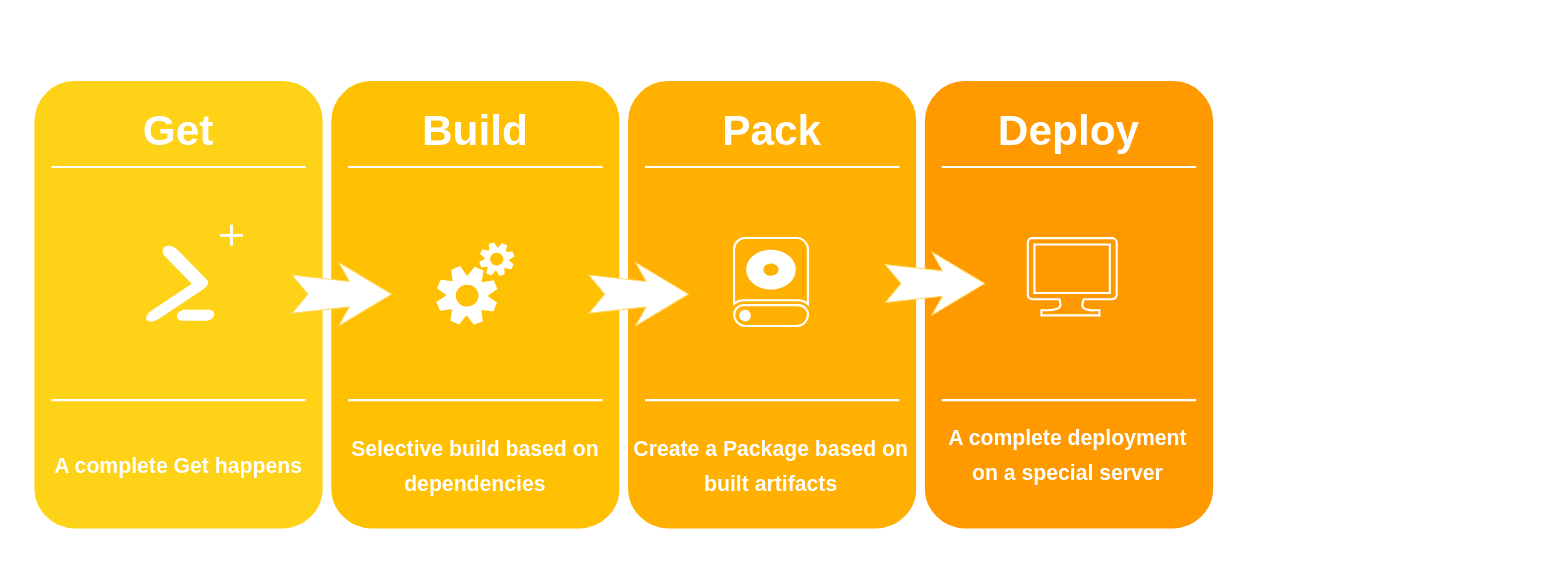
This is CD.drawio from Mostafa-Armandi/Diagrams, a draw.io file, before an edit. Source tidied: cells renumbered, new cells numbered last; positions are measured from the earlier drawing's top-left corner, leaving out a move shared by most shapes. Both pictures are drawn from the tidied source at 106%, with x=0, y=0 at pixel (30, 76).
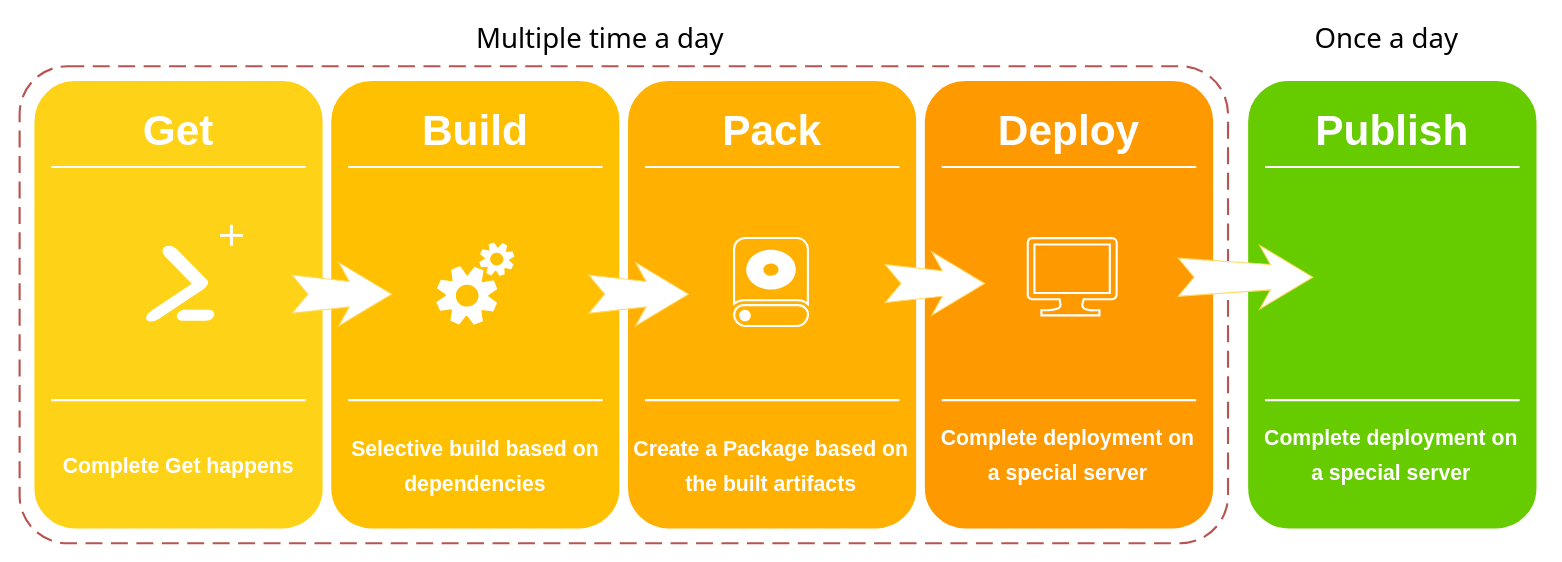
The same diagram, later.

Diff of the diagram source:
```diff
@@
+    <mxCell id="29" style="rounded=1;arcSize=10;dashed=1;strokeColor=#b85450;fillColor=none;dashPattern=8 4;strokeWidth=2;fontFamily=Tahoma;fontSize=999;" parent="1" vertex="1">
+      <mxGeometry x="-10" y="-10" width="1140" height="450" as="geometry" />
+    </mxCell>
@@
-    <mxCell id="22" value="&lt;span style=&quot;font-size: 20px&quot;&gt;A complete&amp;nbsp;Get happens&lt;/span&gt;" style="text;html=1;strokeColor=none;fillColor=none;align=center;verticalAlign=middle;whiteSpace=wrap;rounded=0;shadow=0;fontSize=27;fontColor=#FFFFFF;fontStyle=1;" parent="1" vertex="1">
+    <mxCell id="22" value="&lt;span style=&quot;font-size: 20px&quot;&gt;Complete&amp;nbsp;Get happens&lt;/span&gt;" style="text;html=1;strokeColor=none;fillColor=none;align=center;verticalAlign=middle;whiteSpace=wrap;rounded=0;shadow=0;fontSize=27;fontColor=#FFFFFF;fontStyle=1;" parent="1" vertex="1">
       <mxGeometry y="335" width="280" height="60" as="geometry" />
     </mxCell>
@@
-    <mxCell id="24" value="&lt;span style=&quot;font-size: 20px&quot;&gt;Create a Package based on built artifacts&lt;/span&gt;" style="text;html=1;strokeColor=none;fillColor=none;align=center;verticalAlign=middle;whiteSpace=wrap;rounded=0;shadow=0;fontSize=27;fontColor=#FFFFFF;fontStyle=1;" parent="1" vertex="1">
+    <mxCell id="24" value="&lt;span style=&quot;font-size: 20px&quot;&gt;Create a Package based on the built artifacts&lt;/span&gt;" style="text;html=1;strokeColor=none;fillColor=none;align=center;verticalAlign=middle;whiteSpace=wrap;rounded=0;shadow=0;fontSize=27;fontColor=#FFFFFF;fontStyle=1;" parent="1" vertex="1">
       <mxGeometry x="559" y="335" width="280" height="60" as="geometry" />
     </mxCell>
-    <mxCell id="25" value="&lt;span style=&quot;font-size: 20px&quot;&gt;A complete deployment on a special server&lt;/span&gt;" style="text;html=1;strokeColor=none;fillColor=none;align=center;verticalAlign=middle;whiteSpace=wrap;rounded=0;shadow=0;fontSize=27;fontColor=#FFFFFF;fontStyle=1;" parent="1" vertex="1">
+    <mxCell id="25" value="&lt;span style=&quot;font-size: 20px&quot;&gt;Complete deployment on a special server&lt;/span&gt;" style="text;html=1;strokeColor=none;fillColor=none;align=center;verticalAlign=middle;whiteSpace=wrap;rounded=0;shadow=0;fontSize=27;fontColor=#FFFFFF;fontStyle=1;" parent="1" vertex="1">
       <mxGeometry x="854" y="325" width="250" height="60" as="geometry" />
     </mxCell>
@@
+    <mxCell id="30" style="whiteSpace=wrap;html=1;rounded=1;shadow=0;strokeWidth=8;fontSize=20;align=center;fillColor=#66CC00;strokeColor=#FFFFFF;" parent="1" vertex="1">
+      <mxGeometry x="1145" width="280" height="430" as="geometry" />
+    </mxCell>
+    <mxCell id="31" value="&lt;font style=&quot;font-size: 40px&quot;&gt;Publish&lt;/font&gt;" style="text;html=1;strokeColor=none;fillColor=none;align=center;verticalAlign=middle;whiteSpace=wrap;rounded=0;shadow=0;fontSize=27;fontColor=#FFFFFF;fontStyle=1;" parent="1" vertex="1">
+      <mxGeometry x="1145" y="20" width="280" height="60" as="geometry" />
+    </mxCell>
+    <mxCell id="32" style="line;strokeWidth=2;html=1;rounded=0;shadow=0;fontSize=27;align=center;fillColor=none;strokeColor=#FFFFFF;" parent="1" vertex="1">
+      <mxGeometry x="1165" y="80" width="240" height="10" as="geometry" />
+    </mxCell>
+    <mxCell id="33" style="line;strokeWidth=2;html=1;rounded=0;shadow=0;fontSize=27;align=center;fillColor=none;strokeColor=#FFFFFF;" parent="1" vertex="1">
+      <mxGeometry x="1165" y="300" width="240" height="10" as="geometry" />
+    </mxCell>
+    <mxCell id="34" value="&lt;span style=&quot;font-size: 20px&quot;&gt;Complete deployment on a special server&lt;/span&gt;" style="text;html=1;strokeColor=none;fillColor=none;align=center;verticalAlign=middle;whiteSpace=wrap;rounded=0;shadow=0;fontSize=27;fontColor=#FFFFFF;fontStyle=1;" parent="1" vertex="1">
+      <mxGeometry x="1159" y="325" width="250" height="60" as="geometry" />
+    </mxCell>
+    <mxCell id="35" value="Multiple time a day" style="text;html=1;align=left;verticalAlign=top;spacingTop=-4;fontSize=26;fontFamily=Tahoma;strokeWidth=1;" parent="1" vertex="1">
+      <mxGeometry x="419" y="-55" width="230" height="30" as="geometry" />
+    </mxCell>
+    <mxCell id="36" style="html=1;shadow=0;dashed=0;align=center;verticalAlign=middle;shape=mxgraph.arrows2.stylisedArrow;dy=0.6;dx=40;notch=15;feather=0.4;strokeColor=#FFD966;" parent="1" vertex="1">
+      <mxGeometry x="1083" y="159" width="127" height="60" as="geometry" />
+    </mxCell>
+    <mxCell id="37" value="Once a day" style="text;html=1;align=left;verticalAlign=top;spacingTop=-4;fontSize=26;fontFamily=Tahoma;strokeWidth=1;" parent="1" vertex="1">
+      <mxGeometry x="1210" y="-55" width="140" height="30" as="geometry" />
+    </mxCell>
```
